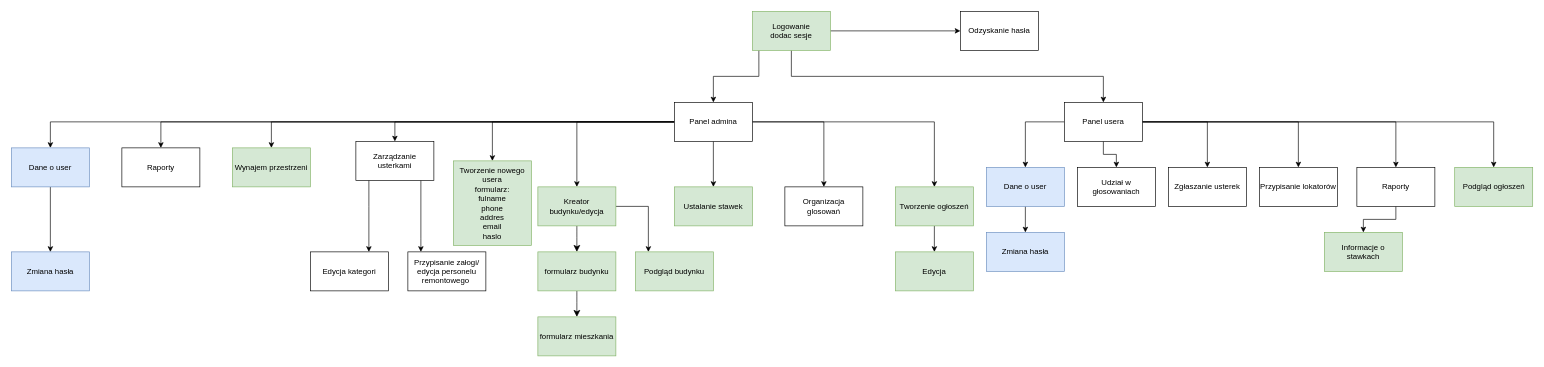
Mati-IR/my-neighborhood keeps this draw.io diagram as doc/site_flow.drawio. Above is the earlier version. Source tidied: cells renumbered, new cells numbered last; positions are measured from the earlier drawing's top-left corner, leaving out a move shared by most shapes. Both pictures are drawn from the tidied source at 65%, with x=0, y=0 at pixel (11, 11).
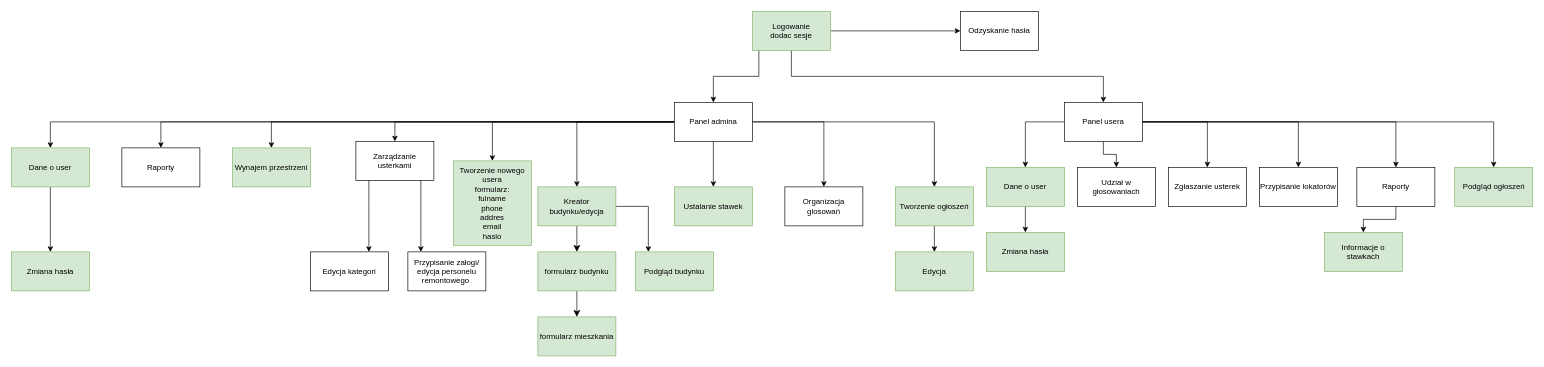
Above is the later version.

Commit message (it also covers changes not shown here):
user data COMPLETE

Diff of the diagram source:
```diff
@@
-    <mxCell id="40" value="Zmiana hasła" style="rounded=0;whiteSpace=wrap;html=1;fillColor=#dae8fc;strokeColor=#6c8ebf;" parent="1" vertex="1">
+    <mxCell id="40" value="Zmiana hasła" style="rounded=0;whiteSpace=wrap;html=1;fillColor=#d5e8d4;strokeColor=#82b366;" parent="1" vertex="1">
       <mxGeometry y="370" width="120" height="60" as="geometry" />
     </mxCell>
@@
-    <mxCell id="52" value="Dane o user" style="rounded=0;whiteSpace=wrap;html=1;fillColor=#dae8fc;strokeColor=#6c8ebf;" parent="1" vertex="1">
+    <mxCell id="52" value="Dane o user" style="rounded=0;whiteSpace=wrap;html=1;fillColor=#d5e8d4;strokeColor=#82b366;" parent="1" vertex="1">
       <mxGeometry y="210" width="120" height="60" as="geometry" />
     </mxCell>
-    <mxCell id="53" value="Zmiana hasła" style="rounded=0;whiteSpace=wrap;html=1;fillColor=#dae8fc;strokeColor=#6c8ebf;" parent="1" vertex="1">
+    <mxCell id="53" value="Zmiana hasła" style="rounded=0;whiteSpace=wrap;html=1;fillColor=#d5e8d4;strokeColor=#82b366;" parent="1" vertex="1">
       <mxGeometry x="1500" y="340" width="120" height="60" as="geometry" />
     </mxCell>
@@
-    <mxCell id="55" value="Dane o user" style="rounded=0;whiteSpace=wrap;html=1;fillColor=#dae8fc;strokeColor=#6c8ebf;" parent="1" vertex="1">
+    <mxCell id="55" value="Dane o user" style="rounded=0;whiteSpace=wrap;html=1;fillColor=#d5e8d4;strokeColor=#82b366;" parent="1" vertex="1">
       <mxGeometry x="1500" y="240" width="120" height="60" as="geometry" />
     </mxCell>
```
